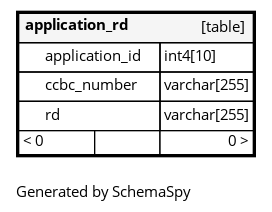
bcgov/CONN-CCBC-portal keeps this Graphviz diagram as schemaspy/ccbc_public/diagrams/tables/application_rd.1degree.png. Above is the earlier version. Its source is kept beside it as schemaspy/ccbc_public/diagrams/tables/application_rd.1degree.dot. The source it was exported from:
```dot
digraph "oneDegreeRelationshipsDiagram" {
  graph [    rankdir="RL"    bgcolor="#ffffff"    label="\nGenerated by SchemaSpy"    labeljust="l"    nodesep="0.18"    ranksep="0.46"    fontname="Helvetica"    fontsize="11"    ration="compress"  ];  node [    fontname="Helvetica"    fontsize="11"    shape="plaintext"  ];  edge [    arrowsize="0.8"  ];
  "application_rd" [
   label=<
    <TABLE BORDER="2" CELLBORDER="1" CELLSPACING="0" BGCOLOR="#ffffff">
      <TR><TD COLSPAN="4"  BGCOLOR="#f5f5f5"><TABLE BORDER="0" CELLSPACING="0"><TR><TD ALIGN="LEFT" FIXEDSIZE="TRUE" WIDTH="85" HEIGHT="16"><B>application_rd</B></TD><TD ALIGN="RIGHT">[table]</TD></TR></TABLE></TD></TR>
      <TR><TD PORT="application_id" COLSPAN="2" ALIGN="LEFT"><TABLE BORDER="0" CELLSPACING="0" ALIGN="LEFT"><TR ALIGN="LEFT"><TD ALIGN="LEFT" FIXEDSIZE="TRUE" WIDTH="15" HEIGHT="16"></TD><TD ALIGN="LEFT" FIXEDSIZE="TRUE" WIDTH="85" HEIGHT="16">application_id</TD></TR></TABLE></TD><TD PORT="application_id.type" ALIGN="LEFT">int4[10]</TD></TR>
      <TR><TD PORT="ccbc_number" COLSPAN="2" ALIGN="LEFT"><TABLE BORDER="0" CELLSPACING="0" ALIGN="LEFT"><TR ALIGN="LEFT"><TD ALIGN="LEFT" FIXEDSIZE="TRUE" WIDTH="15" HEIGHT="16"></TD><TD ALIGN="LEFT" FIXEDSIZE="TRUE" WIDTH="85" HEIGHT="16">ccbc_number</TD></TR></TABLE></TD><TD PORT="ccbc_number.type" ALIGN="LEFT">varchar[255]</TD></TR>
      <TR><TD PORT="rd" COLSPAN="2" ALIGN="LEFT"><TABLE BORDER="0" CELLSPACING="0" ALIGN="LEFT"><TR ALIGN="LEFT"><TD ALIGN="LEFT" FIXEDSIZE="TRUE" WIDTH="15" HEIGHT="16"></TD><TD ALIGN="LEFT" FIXEDSIZE="TRUE" WIDTH="85" HEIGHT="16">rd</TD></TR></TABLE></TD><TD PORT="rd.type" ALIGN="LEFT">varchar[255]</TD></TR>
      <TR><TD ALIGN="LEFT" BGCOLOR="#ffffff">&lt; 0</TD><TD ALIGN="RIGHT" BGCOLOR="#ffffff">  </TD><TD ALIGN="RIGHT" BGCOLOR="#ffffff">0 &gt;</TD></TR>
    </TABLE>>
    URL="application_rd.html"
    target="_top"
    tooltip="application_rd"
  ];
}
```
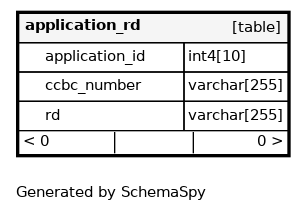
After the change.

Diff of the diagram source:
```diff
@@ -1,13 +1,13 @@
 digraph "oneDegreeRelationshipsDiagram" {
-  graph [    rankdir="RL"    bgcolor="#ffffff"    label="\nGenerated by SchemaSpy"    labeljust="l"    nodesep="0.18"    ranksep="0.46"    fontname="Helvetica"    fontsize="11"    ration="compress"  ];  node [    fontname="Helvetica"    fontsize="11"    shape="plaintext"  ];  edge [    arrowsize="0.8"  ];
+  graph [    rankdir="RL"    bgcolor="#ffffff"    label="\nGenerated by SchemaSpy"    labeljust="l"    nodesep="0.18"    ranksep="0.46"    fontname="Helvetica"    fontsize="11"    packmode="graph"  ];  node [    fontname="Helvetica"    fontsize="11"    shape="plaintext"  ];  edge [    arrowsize="0.8"  ];
   "application_rd" [
    label=<
     <TABLE BORDER="2" CELLBORDER="1" CELLSPACING="0" BGCOLOR="#ffffff">
-      <TR><TD COLSPAN="4"  BGCOLOR="#f5f5f5"><TABLE BORDER="0" CELLSPACING="0"><TR><TD ALIGN="LEFT" FIXEDSIZE="TRUE" WIDTH="85" HEIGHT="16"><B>application_rd</B></TD><TD ALIGN="RIGHT">[table]</TD></TR></TABLE></TD></TR>
-      <TR><TD PORT="application_id" COLSPAN="2" ALIGN="LEFT"><TABLE BORDER="0" CELLSPACING="0" ALIGN="LEFT"><TR ALIGN="LEFT"><TD ALIGN="LEFT" FIXEDSIZE="TRUE" WIDTH="15" HEIGHT="16"></TD><TD ALIGN="LEFT" FIXEDSIZE="TRUE" WIDTH="85" HEIGHT="16">application_id</TD></TR></TABLE></TD><TD PORT="application_id.type" ALIGN="LEFT">int4[10]</TD></TR>
-      <TR><TD PORT="ccbc_number" COLSPAN="2" ALIGN="LEFT"><TABLE BORDER="0" CELLSPACING="0" ALIGN="LEFT"><TR ALIGN="LEFT"><TD ALIGN="LEFT" FIXEDSIZE="TRUE" WIDTH="15" HEIGHT="16"></TD><TD ALIGN="LEFT" FIXEDSIZE="TRUE" WIDTH="85" HEIGHT="16">ccbc_number</TD></TR></TABLE></TD><TD PORT="ccbc_number.type" ALIGN="LEFT">varchar[255]</TD></TR>
-      <TR><TD PORT="rd" COLSPAN="2" ALIGN="LEFT"><TABLE BORDER="0" CELLSPACING="0" ALIGN="LEFT"><TR ALIGN="LEFT"><TD ALIGN="LEFT" FIXEDSIZE="TRUE" WIDTH="15" HEIGHT="16"></TD><TD ALIGN="LEFT" FIXEDSIZE="TRUE" WIDTH="85" HEIGHT="16">rd</TD></TR></TABLE></TD><TD PORT="rd.type" ALIGN="LEFT">varchar[255]</TD></TR>
-      <TR><TD ALIGN="LEFT" BGCOLOR="#ffffff">&lt; 0</TD><TD ALIGN="RIGHT" BGCOLOR="#ffffff">  </TD><TD ALIGN="RIGHT" BGCOLOR="#ffffff">0 &gt;</TD></TR>
+      <TR><TD COLSPAN="4"  BGCOLOR="#f5f5f5"><TABLE BORDER="0" CELLSPACING="0"><TR><TD ALIGN="LEFT" FIXEDSIZE="TRUE" WIDTH="103" HEIGHT="16"><B>application_rd</B></TD><TD ALIGN="RIGHT">[table]</TD></TR></TABLE></TD></TR>
+      <TR><TD PORT="application_id" COLSPAN="2" ALIGN="LEFT"><TABLE BORDER="0" CELLSPACING="0" ALIGN="LEFT"><TR ALIGN="LEFT"><TD ALIGN="LEFT" FIXEDSIZE="TRUE" WIDTH="15" HEIGHT="16"></TD><TD ALIGN="LEFT" FIXEDSIZE="TRUE" WIDTH="103" HEIGHT="16">application_id</TD></TR></TABLE></TD><TD PORT="application_id.type" ALIGN="LEFT">int4[10]</TD></TR>
+      <TR><TD PORT="ccbc_number" COLSPAN="2" ALIGN="LEFT"><TABLE BORDER="0" CELLSPACING="0" ALIGN="LEFT"><TR ALIGN="LEFT"><TD ALIGN="LEFT" FIXEDSIZE="TRUE" WIDTH="15" HEIGHT="16"></TD><TD ALIGN="LEFT" FIXEDSIZE="TRUE" WIDTH="103" HEIGHT="16">ccbc_number</TD></TR></TABLE></TD><TD PORT="ccbc_number.type" ALIGN="LEFT">varchar[255]</TD></TR>
+      <TR><TD PORT="rd" COLSPAN="2" ALIGN="LEFT"><TABLE BORDER="0" CELLSPACING="0" ALIGN="LEFT"><TR ALIGN="LEFT"><TD ALIGN="LEFT" FIXEDSIZE="TRUE" WIDTH="15" HEIGHT="16"></TD><TD ALIGN="LEFT" FIXEDSIZE="TRUE" WIDTH="103" HEIGHT="16">rd</TD></TR></TABLE></TD><TD PORT="rd.type" ALIGN="LEFT">varchar[255]</TD></TR>
+      <TR><TD ALIGN="LEFT" CELLPADDING="0" BGCOLOR="#ffffff" COLSPAN="4" ><TABLE BORDER="0" CELLBORDER="0" CELLSPACING="0"><TR><TD ALIGN="LEFT" BGCOLOR="#ffffff">&lt; 0</TD><VR/><TD ALIGN="CENTER" BGCOLOR="#ffffff">  </TD><VR/><TD ALIGN="RIGHT" BGCOLOR="#ffffff">0 &gt;</TD></TR></TABLE></TD></TR>
     </TABLE>>
     URL="application_rd.html"
     target="_top"
```
